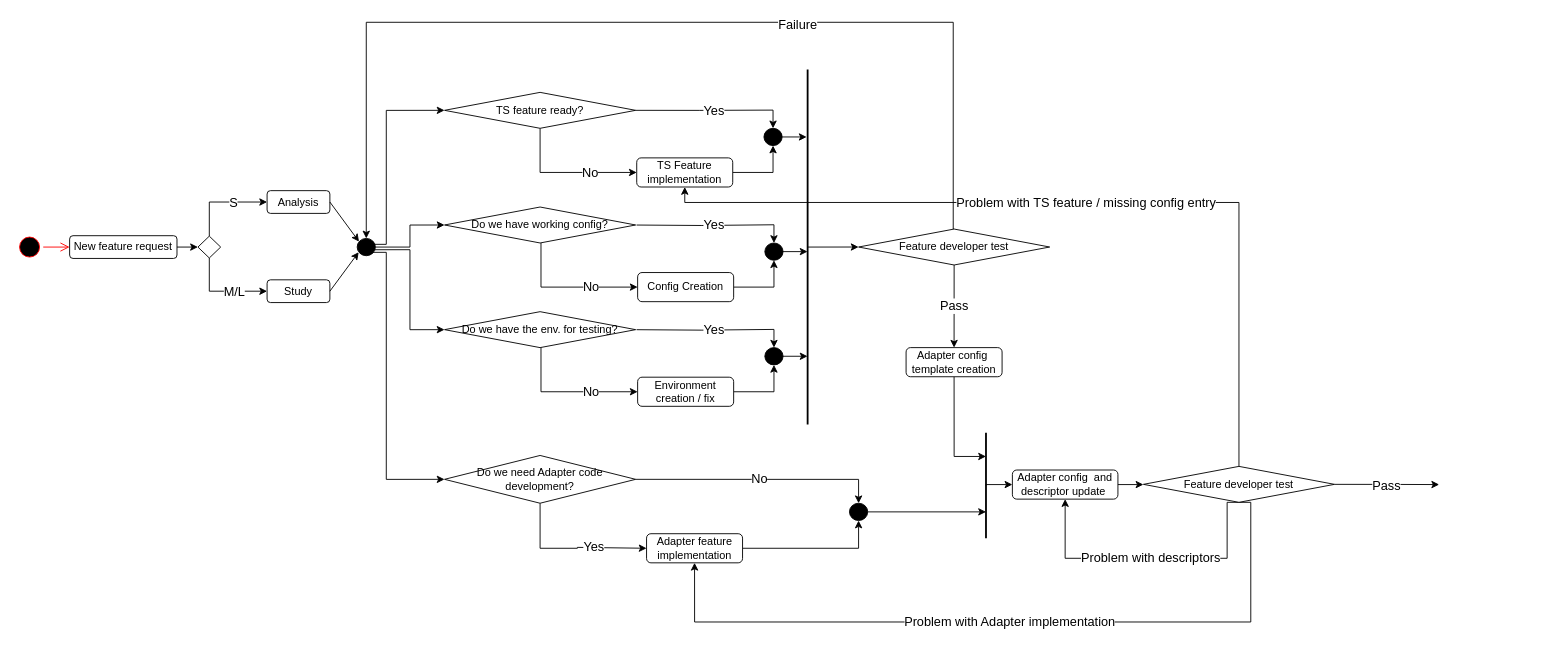
Before: aat_feat_dev.drawio in tamask1s/testrepo, a draw.io diagram. Source tidied: cells renumbered, new cells numbered last; positions are measured from the earlier drawing's top-left corner, leaving out a move shared by most shapes. Both pictures are drawn from the tidied source at 91%, with x=0, y=0 at pixel (15, 22).
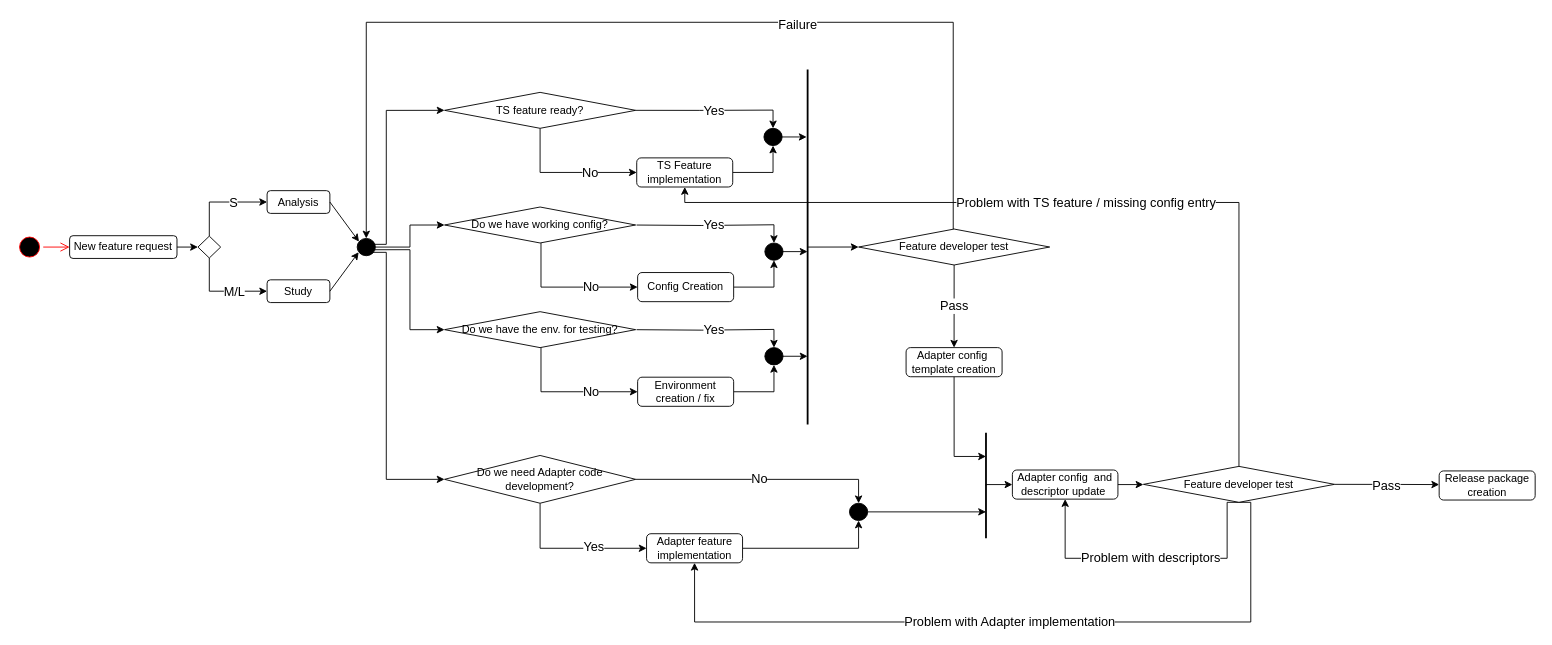
The same diagram, later.

Unchanged cells that the change refers to:
```xml
<mxCell id="34" value="Do we need Adapter code development?" style="rhombus;whiteSpace=wrap;html=1;" parent="1" vertex="1">
  <mxGeometry x="471" y="476" width="210" height="52.5" as="geometry" />
</mxCell>
<mxCell id="36" value="Adapter feature implementation" style="rounded=1;whiteSpace=wrap;html=1;" parent="1" vertex="1">
  <mxGeometry x="693" y="562" width="105.5" height="32" as="geometry" />
</mxCell>
```

Diff of the diagram source:
```diff
@@
     <mxCell id="33" value="Yes" style="edgeStyle=orthogonalEdgeStyle;rounded=0;jettySize=auto;html=1;exitX=0.5;exitY=1;exitDx=0;exitDy=0;entryX=0;entryY=0.5;entryDx=0;entryDy=0;fontSize=14;" parent="1" edge="1" source="34" target="36">
       <mxGeometry x="0.3" y="1" relative="1" as="geometry">
         <Array as="points">
           <mxPoint x="576" y="578" />
-          <mxPoint x="617" y="578" />
-          <mxPoint x="655" y="577" />
         </Array>
       </mxGeometry>
     </mxCell>
@@
+    <mxCell id="65" value="Release package creation" style="rounded=1;whiteSpace=wrap;html=1;" parent="1" vertex="1">
+      <mxGeometry x="1564" y="493" width="105.5" height="32" as="geometry" />
+    </mxCell>
```
